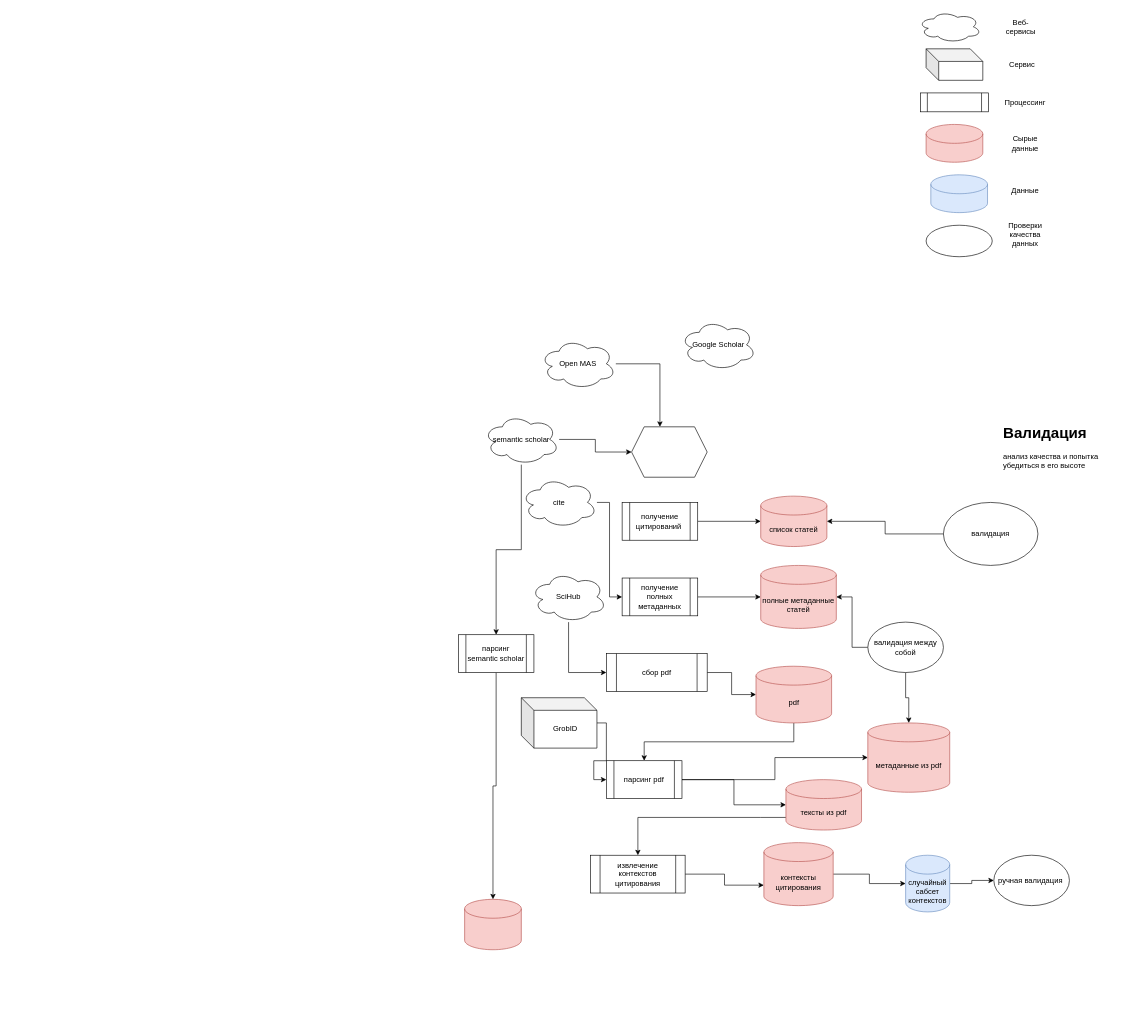
Above: Untitled Diagram.drawio in theotheo/vkr_open (draw.io), before the change. Source tidied: cells renumbered, new cells numbered last; positions are measured from the earlier drawing's top-left corner, leaving out a move shared by most shapes. Both pictures are drawn from the tidied source at 63%, with x=0, y=0 at pixel (458, 11).
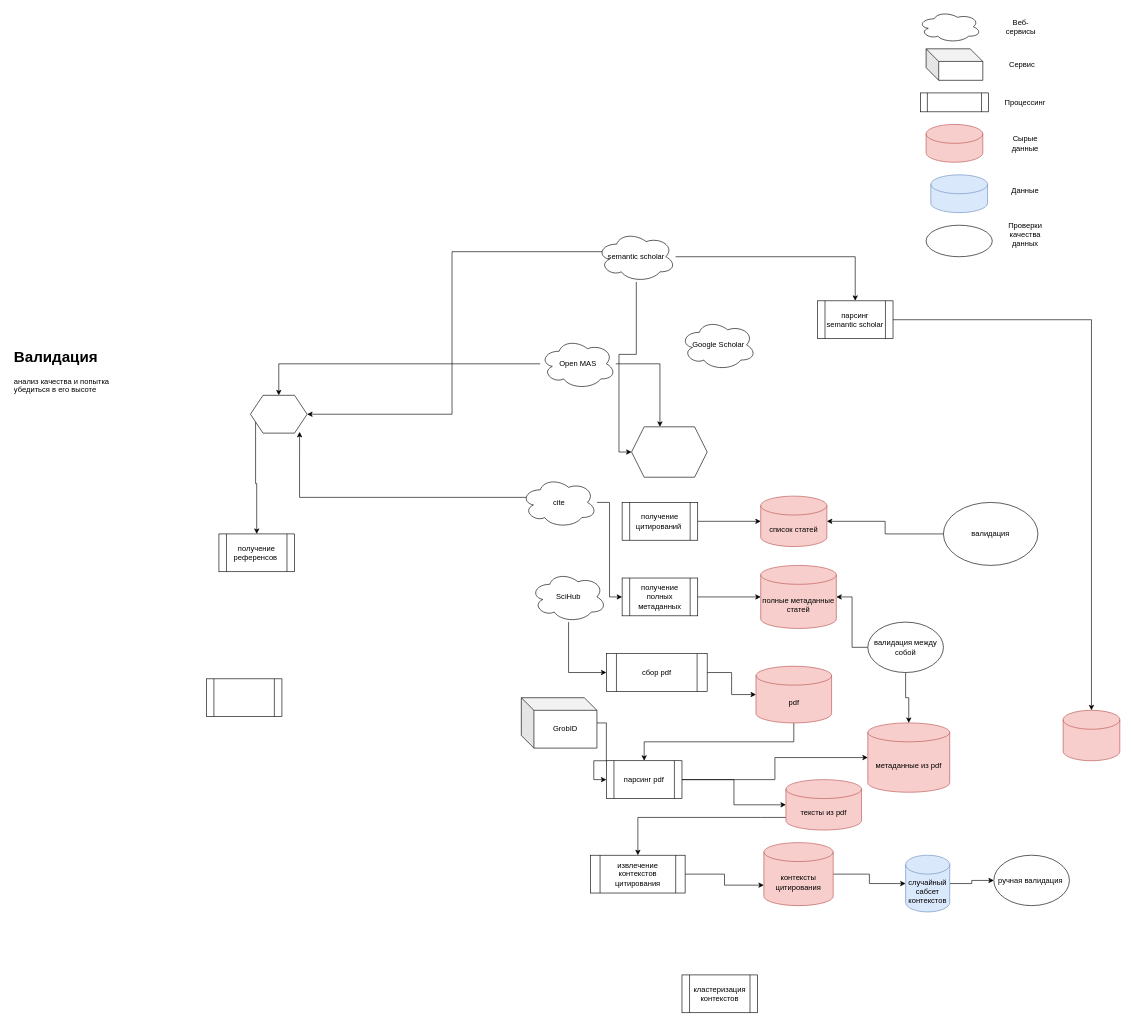
Above is the later version.

Unchanged cells that the change refers to:
```xml
<mxCell id="39" value="Open MAS" style="ellipse;shape=cloud;whiteSpace=wrap;html=1;" parent="1" vertex="1">
  <mxGeometry x="130" y="520" width="120" height="80" as="geometry" />
</mxCell>
<mxCell id="44" value="cite" style="ellipse;shape=cloud;whiteSpace=wrap;html=1;" parent="1" vertex="1">
  <mxGeometry x="100" y="740" width="120" height="80" as="geometry" />
</mxCell>
```

What changed in the source:
```diff
@@
     <mxCell id="28" value="парсинг semantic scholar" style="shape=process;whiteSpace=wrap;html=1;backgroundOutline=1;" parent="1" vertex="1">
-      <mxGeometry y="990" width="120" height="60" as="geometry" />
+      <mxGeometry x="570" y="460" width="120" height="60" as="geometry" />
     </mxCell>
@@
     <mxCell id="32" value="&lt;h1&gt;Валидация&lt;/h1&gt;&lt;div&gt;анализ качества и попытка убедиться в его высоте&lt;/div&gt;" style="text;html=1;strokeColor=none;fillColor=none;spacing=5;spacingTop=-20;whiteSpace=wrap;overflow=hidden;rounded=0;" parent="1" vertex="1">
-      <mxGeometry x="860" y="650" width="190" height="120" as="geometry" />
+      <mxGeometry x="-710" y="530" width="190" height="120" as="geometry" />
     </mxCell>
     <mxCell id="33" style="shape=cylinder3;whiteSpace=wrap;html=1;boundedLbl=1;backgroundOutline=1;size=15;fillColor=#f8cecc;strokeColor=#b85450;" parent="1" vertex="1">
-      <mxGeometry x="10" y="1410" width="90" height="80" as="geometry" />
+      <mxGeometry x="960" y="1110" width="90" height="80" as="geometry" />
     </mxCell>
@@
+    <mxCell id="59" style="edgeStyle=orthogonalEdgeStyle;rounded=0;jettySize=auto;html=1;exitX=0.07;exitY=0.4;exitDx=0;exitDy=0;exitPerimeter=0;entryX=1;entryY=0.5;entryDx=0;entryDy=0;" parent="1" edge="1" source="36" target="64">
+      <mxGeometry relative="1" as="geometry" />
+    </mxCell>
     <mxCell id="36" value="semantic scholar" style="ellipse;shape=cloud;whiteSpace=wrap;html=1;" parent="1" vertex="1">
-      <mxGeometry x="40" y="640" width="120" height="80" as="geometry" />
+      <mxGeometry x="220" y="350" width="125" height="80" as="geometry" />
     </mxCell>
@@
+    <mxCell id="60" style="edgeStyle=orthogonalEdgeStyle;rounded=0;jettySize=auto;html=1;" parent="1" edge="1" source="39" target="64">
+      <mxGeometry relative="1" as="geometry" />
+    </mxCell>
@@
+    <mxCell id="61" style="edgeStyle=orthogonalEdgeStyle;rounded=0;jettySize=auto;html=1;exitX=0.07;exitY=0.4;exitDx=0;exitDy=0;exitPerimeter=0;entryX=0.867;entryY=0.967;entryDx=0;entryDy=0;entryPerimeter=0;" parent="1" edge="1" source="44" target="64">
+      <mxGeometry relative="1" as="geometry" />
+    </mxCell>
@@
+    <mxCell id="62" value="получение референсов&amp;nbsp;" style="shape=process;whiteSpace=wrap;html=1;backgroundOutline=1;" parent="1" vertex="1">
+      <mxGeometry x="-380" y="830" width="120" height="60" as="geometry" />
+    </mxCell>
+    <mxCell id="63" style="edgeStyle=orthogonalEdgeStyle;rounded=0;jettySize=auto;html=1;exitX=0;exitY=0.75;exitDx=0;exitDy=0;" parent="1" edge="1" source="64" target="62">
+      <mxGeometry relative="1" as="geometry" />
+    </mxCell>
+    <mxCell id="64" style="shape=hexagon;perimeter=hexagonPerimeter2;whiteSpace=wrap;html=1;fixedSize=1;" parent="1" vertex="1">
+      <mxGeometry x="-330" y="610" width="90" height="60" as="geometry" />
+    </mxCell>
+    <mxCell id="65" style="shape=process;whiteSpace=wrap;html=1;backgroundOutline=1;" parent="1" vertex="1">
+      <mxGeometry x="-400" y="1060" width="120" height="60" as="geometry" />
+    </mxCell>
+    <mxCell id="66" value="кластеризация&lt;br&gt;контекстов" style="shape=process;whiteSpace=wrap;html=1;backgroundOutline=1;" parent="1" vertex="1">
+      <mxGeometry x="355" y="1530" width="120" height="60" as="geometry" />
+    </mxCell>
```
